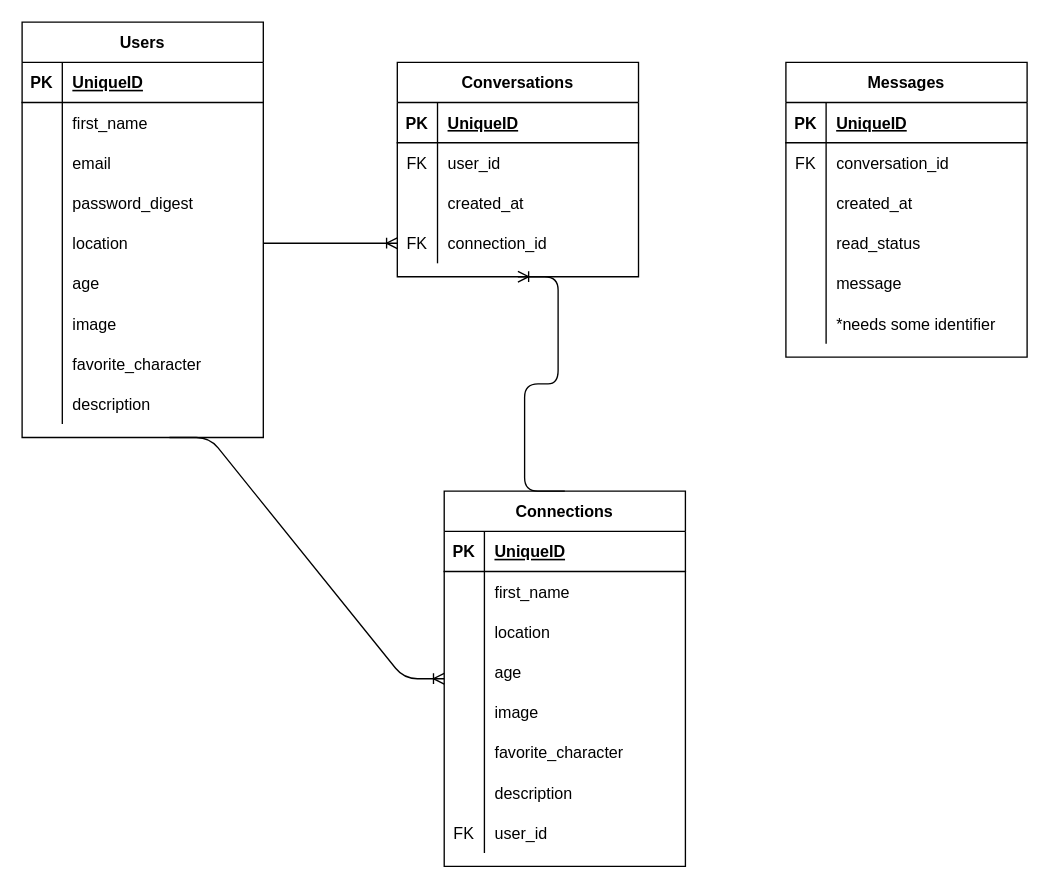
matt-draghi/mos-nerdley-cantina keeps this draw.io diagram as ERD.drawio. Above is the earlier version. Source tidied: cells renumbered, new cells numbered last; positions are measured from the earlier drawing's top-left corner, leaving out a move shared by most shapes. Both pictures are drawn from the tidied source at 134%, with x=0, y=0 at pixel (21, 21).
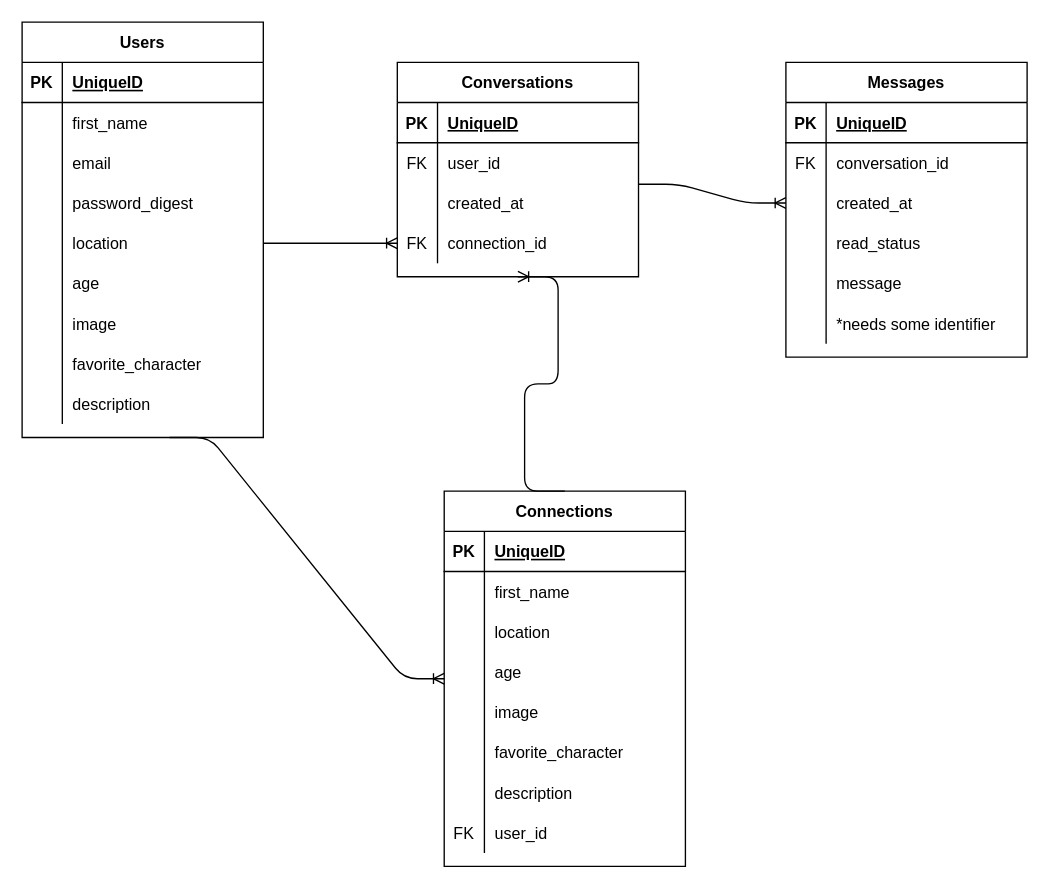
The same diagram, later.

Unchanged cells that the change refers to:
```xml
<mxCell id="37" style="shape=partialRectangle;fillColor=none;top=0;left=0;bottom=0;right=0;points=[[0,0.5],[1,0.5]];portConstraint=eastwest;" parent="30" vertex="1">
  <mxGeometry y="90" width="180" height="30" as="geometry" />
</mxCell>
<mxCell id="84" style="shape=partialRectangle;fillColor=none;top=0;left=0;bottom=0;right=0;points=[[0,0.5],[1,0.5]];portConstraint=eastwest;" parent="77" vertex="1">
  <mxGeometry y="90" width="180" height="30" as="geometry" />
</mxCell>
```

What changed in the source:
```diff
@@
+    <mxCell id="90" style="edgeStyle=entityRelationEdgeStyle;fontSize=12;html=1;endArrow=ERoneToMany;exitX=1.002;exitY=0.033;exitDx=0;exitDy=0;exitPerimeter=0;entryX=0;entryY=0.5;entryDx=0;entryDy=0;" parent="1" edge="1" source="84" target="37">
+      <mxGeometry relative="1" as="geometry" />
+    </mxCell>
```
